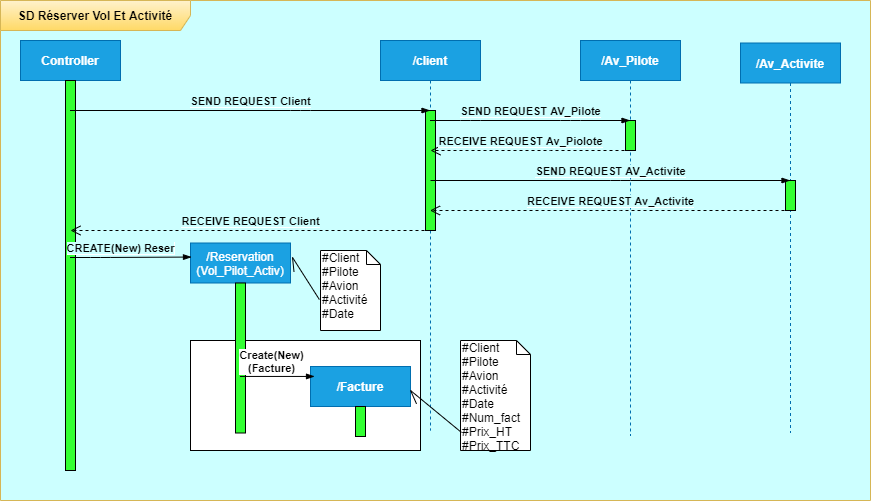
Above: SD_Reserver_Vol_Activite.png in DialloLamine/UML (draw.io), before the change. Source tidied: cells renumbered, new cells last; positions are measured from the earlier drawing's top-left corner, leaving out a move shared by most shapes.
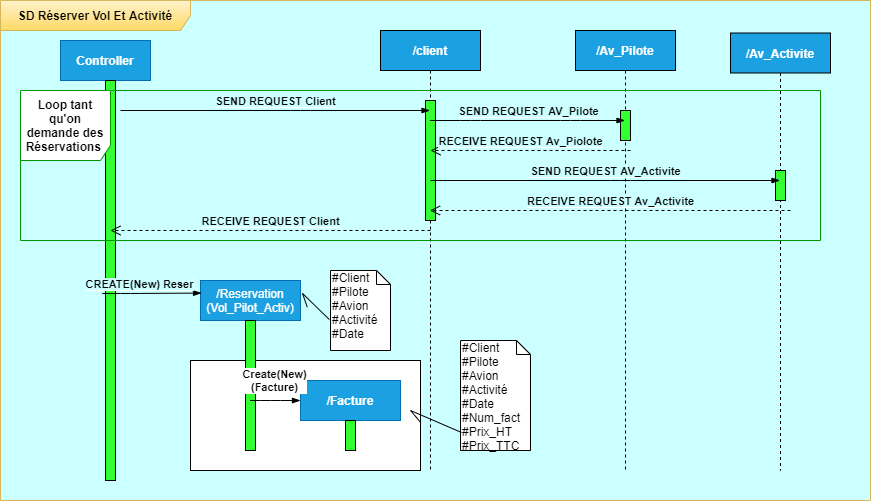
The same file after the commit.

Diff of the diagram source:
```diff
@@ -6,31 +6,32 @@
       <mxGeometry width="870" height="500" as="geometry" />
     </mxCell>
     <mxCell id="3" value="&lt;b&gt;Controller&lt;/b&gt;" style="shape=umlLifeline;perimeter=lifelinePerimeter;whiteSpace=wrap;html=1;outlineConnect=0;fillColor=#1ba1e2;strokeColor=#006EAF;fontColor=#ffffff;" parent="1" vertex="1">
-      <mxGeometry x="20" y="40" width="100" height="430" as="geometry" />
+      <mxGeometry x="60" y="40" width="90" height="440" as="geometry" />
     </mxCell>
     <mxCell id="4" style="html=1;perimeter=orthogonalPerimeter;strokeColor=#000000;fillColor=#33FF33;" parent="3" vertex="1">
-      <mxGeometry x="45" y="40" width="10" height="390" as="geometry" />
+      <mxGeometry x="45" y="40" width="10" height="400" as="geometry" />
     </mxCell>
-    <mxCell id="5" value="/&lt;b&gt;Av_Pilote&lt;/b&gt;" style="shape=umlLifeline;perimeter=lifelinePerimeter;whiteSpace=wrap;html=1;outlineConnect=0;fillColor=#1ba1e2;strokeColor=#006EAF;fontColor=#ffffff;" parent="1" vertex="1">
-      <mxGeometry x="580" y="40" width="100" height="395" as="geometry" />
+    <mxCell id="5" value="/&lt;b&gt;Av_Pilote&lt;/b&gt;" style="shape=umlLifeline;perimeter=lifelinePerimeter;whiteSpace=wrap;html=1;outlineConnect=0;fillColor=#1ba1e2;strokeColor=#000000;fontColor=#ffffff;" parent="1" vertex="1">
+      <mxGeometry x="575" y="30" width="100" height="440" as="geometry" />
     </mxCell>
     <mxCell id="6" style="html=1;perimeter=orthogonalPerimeter;strokeColor=#000000;fillColor=#33FF33;" parent="5" vertex="1">
       <mxGeometry x="45" y="80" width="10" height="30" as="geometry" />
     </mxCell>
-    <mxCell id="7" value="/&lt;b&gt;Av_Activite&lt;/b&gt;" style="shape=umlLifeline;perimeter=lifelinePerimeter;whiteSpace=wrap;html=1;outlineConnect=0;fillColor=#1ba1e2;strokeColor=#006EAF;fontColor=#ffffff;" parent="1" vertex="1">
-      <mxGeometry x="740" y="42.5" width="100" height="390" as="geometry" />
+    <mxCell id="7" value="/&lt;b&gt;Av_Activite&lt;/b&gt;" style="shape=umlLifeline;perimeter=lifelinePerimeter;whiteSpace=wrap;html=1;outlineConnect=0;fillColor=#1ba1e2;strokeColor=#000000;fontColor=#ffffff;" parent="1" vertex="1">
+      <mxGeometry x="730" y="32.5" width="100" height="437.5" as="geometry" />
     </mxCell>
     <mxCell id="8" style="html=1;perimeter=orthogonalPerimeter;strokeColor=#000000;fillColor=#33FF33;" parent="7" vertex="1">
       <mxGeometry x="45" y="137.5" width="10" height="30" as="geometry" />
     </mxCell>
-    <mxCell id="9" value="/&lt;b&gt;client&lt;/b&gt;" style="shape=umlLifeline;perimeter=lifelinePerimeter;whiteSpace=wrap;html=1;outlineConnect=0;fillColor=#1ba1e2;strokeColor=#006EAF;fontColor=#ffffff;" parent="1" vertex="1">
-      <mxGeometry x="380" y="40" width="100" height="390" as="geometry" />
+    <mxCell id="9" value="/&lt;b&gt;client&lt;/b&gt;" style="shape=umlLifeline;perimeter=lifelinePerimeter;whiteSpace=wrap;html=1;outlineConnect=0;fillColor=#1ba1e2;strokeColor=#000000;fontColor=#ffffff;" parent="1" vertex="1">
+      <mxGeometry x="380" y="30" width="100" height="440" as="geometry" />
     </mxCell>
     <mxCell id="10" style="html=1;perimeter=orthogonalPerimeter;strokeColor=#000000;fillColor=#33FF33;" parent="9" vertex="1">
       <mxGeometry x="45" y="70" width="10" height="120" as="geometry" />
     </mxCell>
-    <mxCell id="11" value="&lt;b&gt;&lt;font style=&quot;background-color: rgb(204 , 255 , 255)&quot;&gt;SEND REQUEST Client&lt;/font&gt;&lt;/b&gt;" style="html=1;verticalAlign=bottom;endArrow=blockThin;endFill=1;" parent="1" edge="1" source="3" target="9">
+    <mxCell id="11" value="&lt;b&gt;&lt;font style=&quot;background-color: rgb(204 , 255 , 255)&quot;&gt;SEND REQUEST Client&lt;/font&gt;&lt;/b&gt;" style="html=1;verticalAlign=bottom;endArrow=blockThin;endFill=1;" parent="1" edge="1" target="9">
       <mxGeometry relative="1" as="geometry">
+        <mxPoint x="120" y="110" as="sourcePoint" />
         <Array as="points">
           <mxPoint x="300" y="110" />
         </Array>
@@ -72,36 +73,42 @@
     <mxCell id="16" value="&lt;span style=&quot;background-color: rgb(204 , 255 , 255)&quot;&gt;&lt;b&gt;RECEIVE REQUEST Client&lt;/b&gt;&lt;/span&gt;" style="html=1;verticalAlign=bottom;endArrow=open;dashed=1;endSize=8;" parent="1" edge="1">
       <mxGeometry relative="1" as="geometry">
         <mxPoint x="430" y="230" as="sourcePoint" />
-        <mxPoint x="70" y="230" as="targetPoint" />
+        <mxPoint x="110" y="230" as="targetPoint" />
       </mxGeometry>
     </mxCell>
     <mxCell id="17" style="html=1;strokeColor=#000000;fillColor=#FFFFFF;gradientColor=none;" parent="1" vertex="1">
-      <mxGeometry x="190" y="340" width="230" height="110" as="geometry" />
+      <mxGeometry x="190" y="360" width="230" height="110" as="geometry" />
     </mxCell>
     <mxCell id="18" value="/Reservation&lt;br&gt;(Vol_Pilot_Activ)" style="shape=umlLifeline;perimeter=lifelinePerimeter;whiteSpace=wrap;html=1;outlineConnect=0;strokeColor=#006EAF;fillColor=#1ba1e2;fontColor=#ffffff;" parent="1" vertex="1">
-      <mxGeometry x="190" y="242.5" width="100" height="190" as="geometry" />
+      <mxGeometry x="200" y="280" width="100" height="170" as="geometry" />
     </mxCell>
     <mxCell id="19" style="html=1;perimeter=orthogonalPerimeter;strokeColor=#000000;fillColor=#33FF33;gradientColor=none;" parent="18" vertex="1">
-      <mxGeometry x="45" y="40" width="10" height="150" as="geometry" />
+      <mxGeometry x="45" y="40" width="10" height="130" as="geometry" />
     </mxCell>
     <mxCell id="20" value="&lt;span style=&quot;background-color: rgb(204 , 255 , 255)&quot;&gt;&lt;b&gt;CREATE(New) Reser&lt;/b&gt;&lt;/span&gt;" style="html=1;verticalAlign=bottom;endArrow=blockThin;entryX=0.01;entryY=0.074;entryDx=0;entryDy=0;entryPerimeter=0;endFill=1;" parent="1" edge="1" source="3" target="18">
       <mxGeometry x="-0.17" relative="1" as="geometry">
         <Array as="points">
-          <mxPoint x="100" y="257" />
+          <mxPoint x="100" y="293" />
+          <mxPoint x="130" y="293" />
         </Array>
       </mxGeometry>
     </mxCell>
     <mxCell id="21" value="/&lt;b&gt;Facture&lt;/b&gt;" style="shape=umlLifeline;perimeter=lifelinePerimeter;whiteSpace=wrap;html=1;outlineConnect=0;strokeColor=#006EAF;fillColor=#1ba1e2;fontColor=#ffffff;" parent="1" vertex="1">
-      <mxGeometry x="310" y="366" width="100" height="70" as="geometry" />
+      <mxGeometry x="300" y="380" width="100" height="70" as="geometry" />
     </mxCell>
     <mxCell id="22" style="html=1;perimeter=orthogonalPerimeter;strokeColor=#000000;fillColor=#33FF33;gradientColor=none;" parent="21" vertex="1">
       <mxGeometry x="45" y="40" width="10" height="30" as="geometry" />
     </mxCell>
     <mxCell id="23" value="#Client&lt;br&gt;#Pilote&lt;br&gt;#Avion&lt;br&gt;#Activité&lt;br&gt;#Date" style="shape=note;whiteSpace=wrap;html=1;size=14;verticalAlign=top;align=left;spacingTop=-6;strokeColor=#000000;fillColor=#FFFFFF;gradientColor=none;" parent="1" vertex="1">
-      <mxGeometry x="320" y="250" width="60" height="80" as="geometry" />
+      <mxGeometry x="330" y="270" width="60" height="80" as="geometry" />
     </mxCell>
-    <mxCell id="24" value="&lt;b&gt;Create(New)&lt;br&gt;(Facture)&lt;/b&gt;" style="endArrow=blockThin;html=1;entryX=0.04;entryY=0.142;entryDx=0;entryDy=0;entryPerimeter=0;endFill=1;" parent="1" edge="1" source="18" target="21">
-      <mxGeometry x="-0.18" y="15" relative="1" as="geometry" />
+    <mxCell id="24" value="&lt;b&gt;Create(New)&lt;br&gt;(Facture)&lt;/b&gt;" style="endArrow=blockThin;html=1;endFill=1;entryX=0.478;entryY=0.364;entryDx=0;entryDy=0;entryPerimeter=0;" parent="1" edge="1" source="18" target="17">
+      <mxGeometry x="0.01" y="20" relative="1" as="geometry">
+        <Array as="points">
+          <mxPoint x="270" y="400" />
+        </Array>
+        <mxPoint x="-1" as="offset" />
+      </mxGeometry>
     </mxCell>
     <mxCell id="25" style="endArrow=openAsync;endFill=0;endSize=12;html=1;entryX=1.02;entryY=0.076;entryDx=0;entryDy=0;entryPerimeter=0;exitX=-0.019;exitY=0.613;exitDx=0;exitDy=0;exitPerimeter=0;" parent="1" edge="1" source="23" target="18">
       <mxGeometry relative="1" as="geometry" />
@@ -112,5 +119,8 @@
     <mxCell id="27" style="endArrow=openAsync;endFill=0;endSize=12;html=1;entryX=0.957;entryY=0.455;entryDx=0;entryDy=0;entryPerimeter=0;exitX=0.014;exitY=0.836;exitDx=0;exitDy=0;exitPerimeter=0;" parent="1" edge="1" source="26" target="17">
       <mxGeometry relative="1" as="geometry" />
     </mxCell>
+    <mxCell id="28" value="&lt;b style=&quot;background-color: rgb(255 , 255 , 255)&quot;&gt;Loop tant qu'on demande des Réservations&amp;nbsp;&lt;/b&gt;" style="shape=umlFrame;whiteSpace=wrap;html=1;width=90;height=70;strokeColor=#009900;" parent="1" vertex="1">
+      <mxGeometry x="20" y="90" width="800" height="150" as="geometry" />
+    </mxCell>
   </root>
 </mxGraphModel>
```
